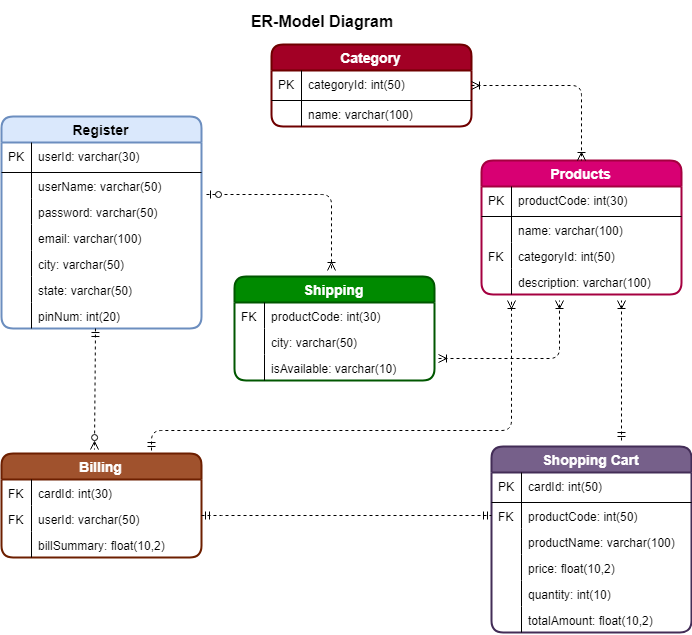
VijayProjects/UIProjects keeps this draw.io diagram as I-shop Project/ER-Diagram.png. Above is the earlier version. Source tidied: cells renumbered, new cells last; positions are measured from the earlier drawing's top-left corner, leaving out a move shared by most shapes.
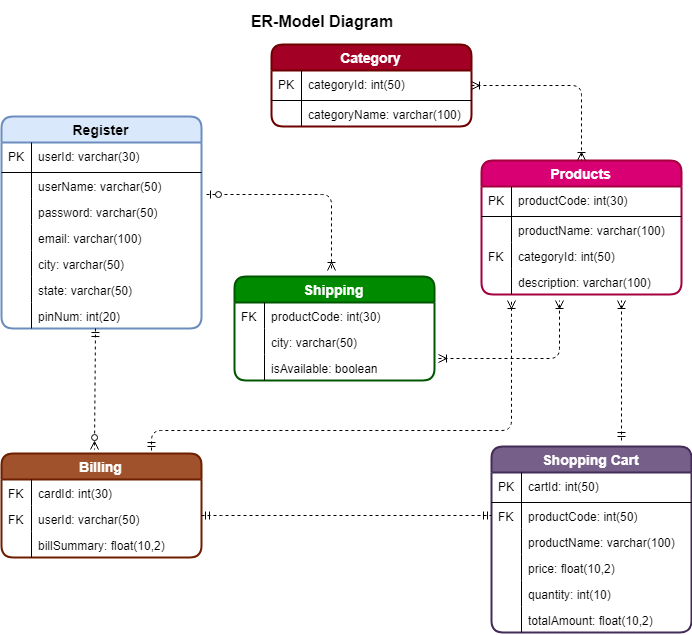
Later version of the same file.

What changed in the source:
```diff
@@ -59,7 +59,7 @@
     <mxCell id="20" value="PK" style="shape=partialRectangle;top=0;left=0;bottom=0;fillColor=none;align=left;verticalAlign=middle;spacingLeft=4;spacingRight=4;overflow=hidden;fontSize=12;" parent="19" vertex="1">
       <mxGeometry width="30" height="30" as="geometry" />
     </mxCell>
-    <mxCell id="21" value="name: varchar(100)" style="shape=partialRectangle;top=0;left=0;right=0;bottom=0;align=left;verticalAlign=top;fillColor=none;spacingLeft=34;spacingRight=4;overflow=hidden;fontSize=12;" parent="18" vertex="1">
+    <mxCell id="21" value="categoryName: varchar(100)" style="shape=partialRectangle;top=0;left=0;right=0;bottom=0;align=left;verticalAlign=top;fillColor=none;spacingLeft=34;spacingRight=4;overflow=hidden;fontSize=12;" parent="18" vertex="1">
       <mxGeometry y="56" width="200" height="26" as="geometry" />
     </mxCell>
     <mxCell id="22" style="shape=partialRectangle;top=0;left=0;bottom=0;fillColor=none;align=left;verticalAlign=top;spacingLeft=4;spacingRight=4;overflow=hidden;fontSize=12;" parent="21" vertex="1">
@@ -80,7 +80,7 @@
     <mxCell id="27" style="shape=partialRectangle;top=0;left=0;bottom=0;fillColor=none;align=left;verticalAlign=top;spacingLeft=4;spacingRight=4;overflow=hidden;fontSize=12;" parent="26" vertex="1">
       <mxGeometry width="30" height="26" as="geometry" />
     </mxCell>
-    <mxCell id="28" value="isAvailable: varchar(10)" style="shape=partialRectangle;top=0;left=0;right=0;bottom=0;align=left;verticalAlign=top;fillColor=none;spacingLeft=34;spacingRight=4;overflow=hidden;points=[[0,0.5],[1,0.5]];portConstraint=eastwest;fontSize=12;" parent="23" vertex="1">
+    <mxCell id="28" value="isAvailable: boolean" style="shape=partialRectangle;top=0;left=0;right=0;bottom=0;align=left;verticalAlign=top;fillColor=none;spacingLeft=34;spacingRight=4;overflow=hidden;points=[[0,0.5],[1,0.5]];portConstraint=eastwest;fontSize=12;" parent="23" vertex="1">
       <mxGeometry y="78" width="200" height="26" as="geometry" />
     </mxCell>
     <mxCell id="29" style="shape=partialRectangle;top=0;left=0;bottom=0;fillColor=none;align=left;verticalAlign=top;spacingLeft=4;spacingRight=4;overflow=hidden;fontSize=12;" parent="28" vertex="1">
@@ -95,7 +95,7 @@
     <mxCell id="32" value="PK" style="shape=partialRectangle;top=0;left=0;bottom=0;fillColor=none;align=left;verticalAlign=middle;spacingLeft=4;spacingRight=4;overflow=hidden;fontSize=12;" parent="31" vertex="1">
       <mxGeometry width="30" height="30" as="geometry" />
     </mxCell>
-    <mxCell id="33" value="name: varchar(100)" style="shape=partialRectangle;top=0;left=0;right=0;bottom=0;align=left;verticalAlign=top;fillColor=none;spacingLeft=34;spacingRight=4;overflow=hidden;fontSize=12;" parent="30" vertex="1">
+    <mxCell id="33" value="productName: varchar(100)" style="shape=partialRectangle;top=0;left=0;right=0;bottom=0;align=left;verticalAlign=top;fillColor=none;spacingLeft=34;spacingRight=4;overflow=hidden;fontSize=12;" parent="30" vertex="1">
       <mxGeometry y="56" width="200" height="26" as="geometry" />
     </mxCell>
     <mxCell id="34" style="shape=partialRectangle;top=0;left=0;bottom=0;fillColor=none;align=left;verticalAlign=top;spacingLeft=4;spacingRight=4;overflow=hidden;fontSize=12;" parent="33" vertex="1">
@@ -137,7 +137,7 @@
     <mxCell id="46" value="Shopping Cart" style="swimlane;fontStyle=1;horizontal=1;startSize=26;fillColor=#76608a;swimlaneFillColor=#ffffff;align=center;fontSize=14;strokeColor=#432D57;strokeWidth=2;rounded=1;fontColor=#ffffff;" parent="1" vertex="1">
       <mxGeometry x="490" y="446" width="200" height="186" as="geometry" />
     </mxCell>
-    <mxCell id="47" value="cardId: int(50)" style="shape=partialRectangle;top=0;left=0;right=0;bottom=1;align=left;verticalAlign=middle;fillColor=none;spacingLeft=34;spacingRight=4;overflow=hidden;fontStyle=0;fontSize=12;" parent="46" vertex="1">
+    <mxCell id="47" value="cartId: int(50)" style="shape=partialRectangle;top=0;left=0;right=0;bottom=1;align=left;verticalAlign=middle;fillColor=none;spacingLeft=34;spacingRight=4;overflow=hidden;fontStyle=0;fontSize=12;" parent="46" vertex="1">
       <mxGeometry y="26" width="200" height="30" as="geometry" />
     </mxCell>
     <mxCell id="48" value="PK" style="shape=partialRectangle;top=0;left=0;bottom=0;fillColor=none;align=left;verticalAlign=middle;spacingLeft=4;spacingRight=4;overflow=hidden;fontSize=12;" parent="47" vertex="1">
```
